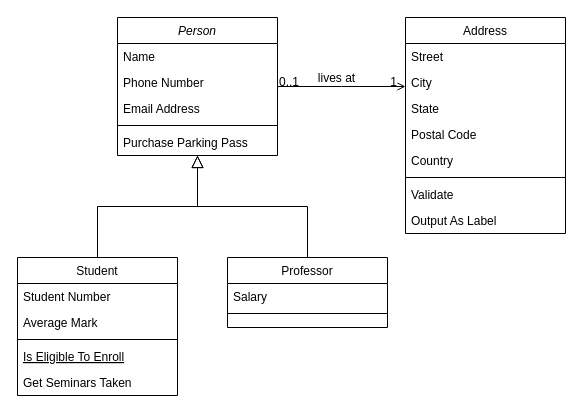
Before: Untitled Diagram.drawio in egamma/hello, a draw.io diagram. Source tidied: cells renumbered, new cells numbered last; positions are measured from the earlier drawing's top-left corner, leaving out a move shared by most shapes. Both pictures are drawn from the tidied source at 100%, with x=0, y=0 at pixel (17, 17).
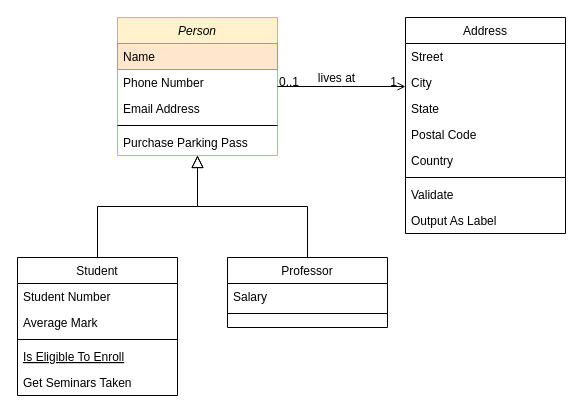
Above is the later version.

Diff of the diagram source:
```diff
@@
-    <mxCell id="2" value="Person" style="swimlane;fontStyle=2;align=center;verticalAlign=top;horizontal=1;startSize=26;rounded=0;shadow=0;strokeWidth=1;" parent="1" vertex="1">
+    <mxCell id="2" value="Person" style="swimlane;fontStyle=2;align=center;verticalAlign=top;horizontal=1;startSize=26;rounded=0;shadow=0;strokeWidth=1;fillColor=#fff2cc;strokeColor=#d6b656;" parent="1" vertex="1">
       <mxGeometry x="100" width="160" height="138" as="geometry" />
     </mxCell>
-    <mxCell id="3" value="Name" style="text;align=left;verticalAlign=top;spacingLeft=4;spacingRight=4;overflow=hidden;" parent="2" vertex="1">
+    <mxCell id="3" value="Name" style="text;align=left;verticalAlign=top;spacingLeft=4;spacingRight=4;overflow=hidden;fillColor=#ffe6cc;strokeColor=#d79b00;" parent="2" vertex="1">
       <mxGeometry y="26" width="160" height="26" as="geometry" />
     </mxCell>
```
